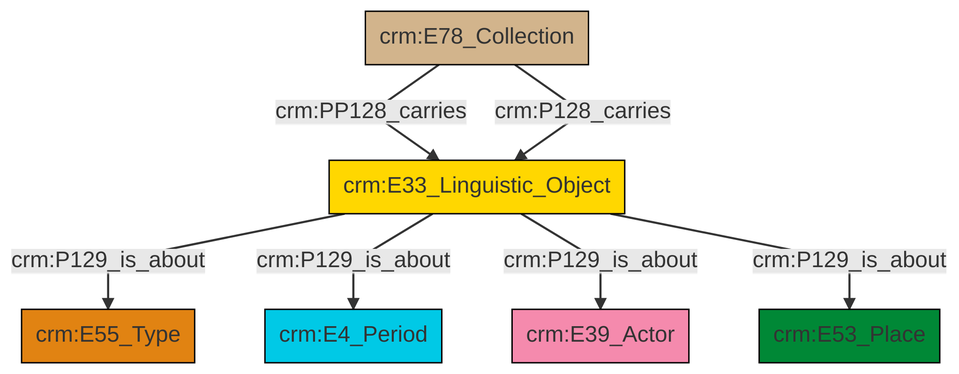
The Mermaid diagram et/archivalCSV/ttl/mmd/png/archival_aboutness.png in swiss-art-research-net/docs.swissartresearch, before a commit. Its source is kept beside it as et/archivalCSV/ttl/mmd/archival_aboutness.ttl.mmd.
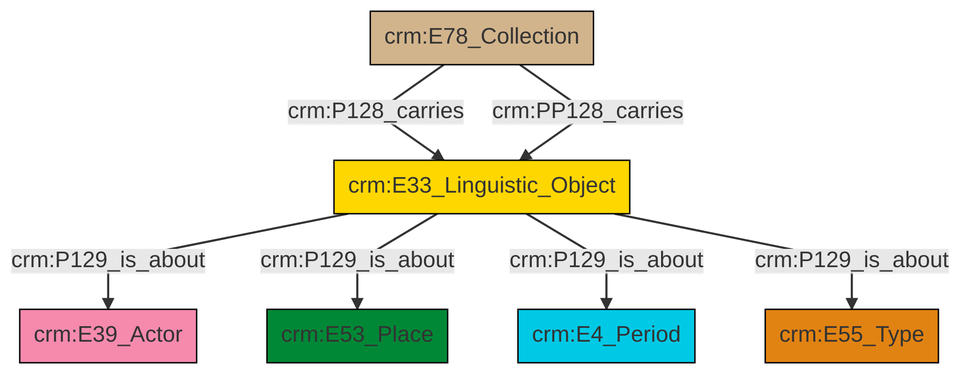
Above is the later version.

The edit, as a diff of the source:
```diff
@@ -13,9 +13,9 @@
 classDef PC_Classes fill:#4ce600, stroke:#000000;
 classDef Multi fill:#cccccc,stroke:#000000;
 
-8["crm:E33_Linguistic_Object"]:::Conceptual_Object -->|crm:P129_is_about| 10["crm:E55_Type"]:::Type
-2["crm:E78_Collection"]:::Physical_Thing -->|crm:PP128_carries| 8["crm:E33_Linguistic_Object"]:::Conceptual_Object
-8["crm:E33_Linguistic_Object"]:::Conceptual_Object -->|crm:P129_is_about| 0["crm:E4_Period"]:::Temporal_Entity
-8["crm:E33_Linguistic_Object"]:::Conceptual_Object -->|crm:P129_is_about| 4["crm:E39_Actor"]:::Actor
-2["crm:E78_Collection"]:::Physical_Thing -->|crm:P128_carries| 8["crm:E33_Linguistic_Object"]:::Conceptual_Object
-8["crm:E33_Linguistic_Object"]:::Conceptual_Object -->|crm:P129_is_about| 6["crm:E53_Place"]:::Place
+6["crm:E33_Linguistic_Object"]:::Conceptual_Object -->|crm:P129_is_about| 2["crm:E39_Actor"]:::Actor
+6["crm:E33_Linguistic_Object"]:::Conceptual_Object -->|crm:P129_is_about| 7["crm:E53_Place"]:::Place
+6["crm:E33_Linguistic_Object"]:::Conceptual_Object -->|crm:P129_is_about| 9["crm:E4_Period"]:::Temporal_Entity
+0["crm:E78_Collection"]:::Physical_Thing -->|crm:P128_carries| 6["crm:E33_Linguistic_Object"]:::Conceptual_Object
+0["crm:E78_Collection"]:::Physical_Thing -->|crm:PP128_carries| 6["crm:E33_Linguistic_Object"]:::Conceptual_Object
+6["crm:E33_Linguistic_Object"]:::Conceptual_Object -->|crm:P129_is_about| 4["crm:E55_Type"]:::Type
```
